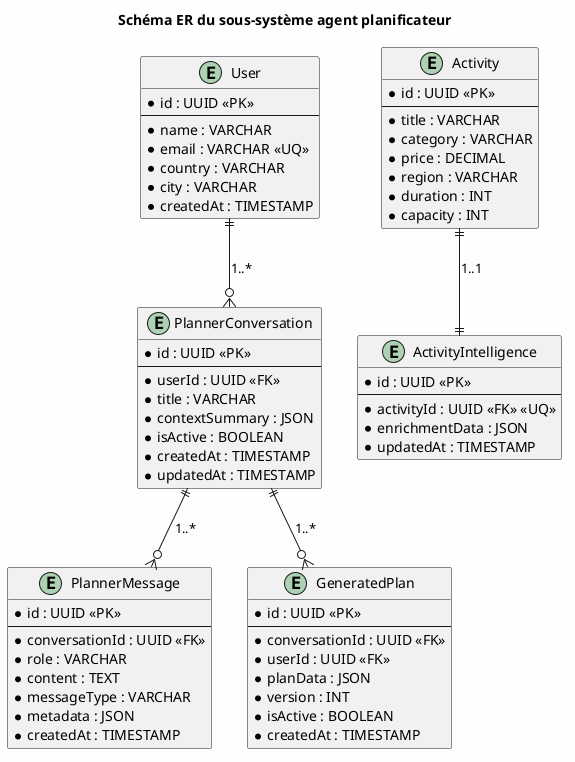
Above: diagrams/fig_03_er_diagram_planner.png in ahmed-addali/rapport (PlantUML), before the change.
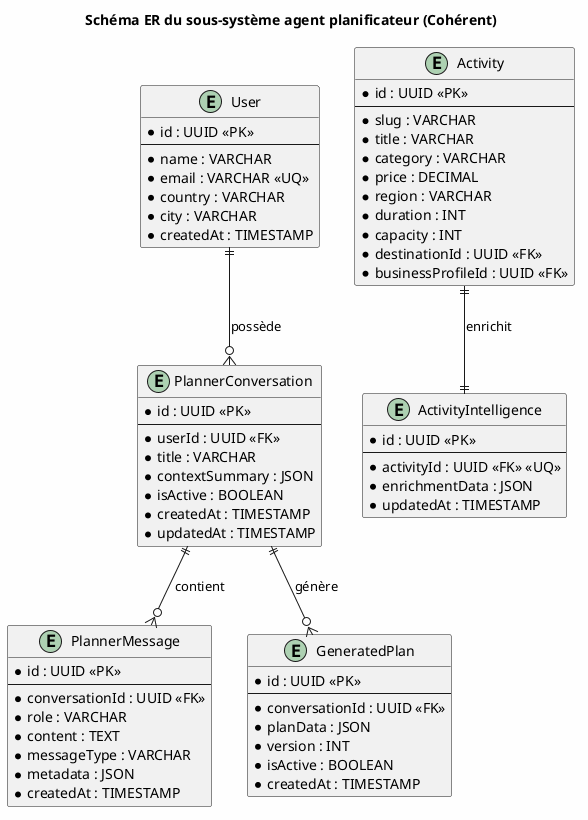
After the change.

The edit, as a diff of the source:
```diff
@@ -3,7 +3,7 @@
 
 skinparam defaultFontName "Arial"
 
-title Schéma ER du sous-système agent planificateur
+title Schéma ER du sous-système agent planificateur (Cohérent)
 
 !define table entity
 
@@ -43,7 +43,6 @@
   * id : UUID <<PK>>
   --
   * conversationId : UUID <<FK>>
-  * userId : UUID <<FK>>
   * planData : JSON
   * version : INT
   * isActive : BOOLEAN
@@ -53,12 +52,15 @@
 entity "Activity" as Activity {
   * id : UUID <<PK>>
   --
+  * slug : VARCHAR
   * title : VARCHAR
   * category : VARCHAR
   * price : DECIMAL
   * region : VARCHAR
   * duration : INT
   * capacity : INT
+  * destinationId : UUID <<FK>>
+  * businessProfileId : UUID <<FK>>
 }
 
 entity "ActivityIntelligence" as AI {
@@ -69,10 +71,9 @@
   * updatedAt : TIMESTAMP
 }
 
-User ||--o{ PC : "1..*"
-PC ||--o{ PM : "1..*"
-PC ||--o{ GP : "1..*"
-Activity ||--|| AI : "1..1"
-
+User ||--o{ PC : "possède"
+PC ||--o{ PM : "contient"
+PC ||--o{ GP : "génère"
+Activity ||--|| AI : "enrichit"
 
 @enduml
```
